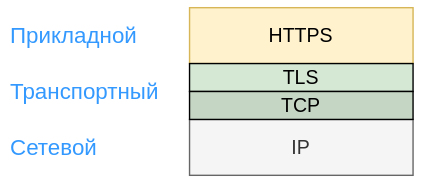
Earlier version of the draw.io export web/Http/img/TLS-HTTPS-TCP.drawio.svg (johnydotsville/a-notes). Source tidied: cells renumbered, new cells last; positions are measured from the earlier drawing's top-left corner, leaving out a move shared by most shapes. The source it was exported from:
```xml
<mxGraphModel>
  <root>
    <mxCell id="0" />
    <mxCell id="1" parent="0" />
    <mxCell id="2" value="HTTPS" style="rounded=0;whiteSpace=wrap;html=1;fontStyle=0;fontSize=14;fillColor=#fff2cc;strokeColor=#d6b656;" parent="1" vertex="1">
      <mxGeometry x="130" width="160" height="40" as="geometry" />
    </mxCell>
    <mxCell id="3" value="TLS" style="rounded=0;whiteSpace=wrap;html=1;fontStyle=0;fontSize=14;fillColor=#d5e8d4;strokeColor=#000000;" parent="1" vertex="1">
      <mxGeometry x="130" y="40" width="160" height="20" as="geometry" />
    </mxCell>
    <mxCell id="4" value="IP" style="rounded=0;whiteSpace=wrap;html=1;fontStyle=0;fontSize=14;fillColor=#f5f5f5;fontColor=#333333;strokeColor=#666666;" parent="1" vertex="1">
      <mxGeometry x="130" y="80" width="160" height="40" as="geometry" />
    </mxCell>
    <mxCell id="5" value="Прикладной" style="text;html=1;strokeColor=none;fillColor=none;align=left;verticalAlign=middle;whiteSpace=wrap;rounded=0;fontSize=16;fontColor=#3399FF;" parent="1" vertex="1">
      <mxGeometry y="5" width="130" height="30" as="geometry" />
    </mxCell>
    <mxCell id="6" value="Транспортный" style="text;html=1;strokeColor=none;fillColor=none;align=left;verticalAlign=middle;whiteSpace=wrap;rounded=0;fontSize=16;fontColor=#3399FF;" parent="1" vertex="1">
      <mxGeometry y="45" width="130" height="30" as="geometry" />
    </mxCell>
    <mxCell id="7" value="Сетевой" style="text;html=1;strokeColor=none;fillColor=none;align=left;verticalAlign=middle;whiteSpace=wrap;rounded=0;fontSize=16;fontColor=#3399FF;" parent="1" vertex="1">
      <mxGeometry y="85" width="130" height="30" as="geometry" />
    </mxCell>
    <mxCell id="8" value="TCP" style="rounded=0;whiteSpace=wrap;html=1;fontStyle=0;fontSize=14;fillColor=#C5D6C4;strokeColor=#000000;" parent="1" vertex="1">
      <mxGeometry x="130" y="60" width="160" height="20" as="geometry" />
    </mxCell>
  </root>
</mxGraphModel>
```
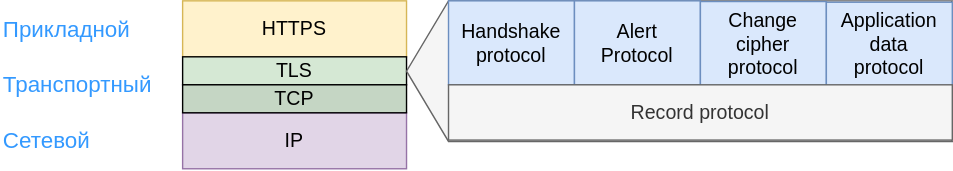
Later version of the same file.

Change to the diagram source:
```diff
@@ -8,7 +8,7 @@
     <mxCell id="3" value="TLS" style="rounded=0;whiteSpace=wrap;html=1;fontStyle=0;fontSize=14;fillColor=#d5e8d4;strokeColor=#000000;" parent="1" vertex="1">
       <mxGeometry x="130" y="40" width="160" height="20" as="geometry" />
     </mxCell>
-    <mxCell id="4" value="IP" style="rounded=0;whiteSpace=wrap;html=1;fontStyle=0;fontSize=14;fillColor=#f5f5f5;fontColor=#333333;strokeColor=#666666;" parent="1" vertex="1">
+    <mxCell id="4" value="IP" style="rounded=0;whiteSpace=wrap;html=1;fontStyle=0;fontSize=14;fillColor=#e1d5e7;strokeColor=#9673a6;" parent="1" vertex="1">
       <mxGeometry x="130" y="80" width="160" height="40" as="geometry" />
     </mxCell>
     <mxCell id="5" value="Прикладной" style="text;html=1;strokeColor=none;fillColor=none;align=left;verticalAlign=middle;whiteSpace=wrap;rounded=0;fontSize=16;fontColor=#3399FF;" parent="1" vertex="1">
@@ -23,5 +23,23 @@
     <mxCell id="8" value="TCP" style="rounded=0;whiteSpace=wrap;html=1;fontStyle=0;fontSize=14;fillColor=#C5D6C4;strokeColor=#000000;" parent="1" vertex="1">
       <mxGeometry x="130" y="60" width="160" height="20" as="geometry" />
     </mxCell>
+    <mxCell id="9" style="shape=step;perimeter=stepPerimeter;whiteSpace=wrap;html=1;fixedSize=1;rotation=-180;size=30;fillColor=#f5f5f5;fontColor=#333333;strokeColor=#666666;" parent="1" vertex="1">
+      <mxGeometry x="290" width="390" height="100.5" as="geometry" />
+    </mxCell>
+    <mxCell id="10" value="Handshake&lt;br style=&quot;font-size: 14px;&quot;&gt;protocol" style="rounded=0;whiteSpace=wrap;html=1;fontSize=14;fillColor=#dae8fc;strokeColor=#6c8ebf;" parent="1" vertex="1">
+      <mxGeometry x="320" width="90" height="60" as="geometry" />
+    </mxCell>
+    <mxCell id="11" value="Alert&lt;br&gt;Protocol" style="rounded=0;whiteSpace=wrap;html=1;fontSize=14;fillColor=#dae8fc;strokeColor=#6c8ebf;" parent="1" vertex="1">
+      <mxGeometry x="410" width="90" height="60" as="geometry" />
+    </mxCell>
+    <mxCell id="12" value="Change&lt;br&gt;cipher&lt;br&gt;protocol" style="rounded=0;whiteSpace=wrap;html=1;fontSize=14;fillColor=#dae8fc;strokeColor=#6c8ebf;" parent="1" vertex="1">
+      <mxGeometry x="500" y="0.5" width="90" height="60" as="geometry" />
+    </mxCell>
+    <mxCell id="13" value="Application&lt;br&gt;data&lt;br&gt;protocol" style="rounded=0;whiteSpace=wrap;html=1;fontSize=14;fillColor=#dae8fc;strokeColor=#6c8ebf;" parent="1" vertex="1">
+      <mxGeometry x="590" y="1" width="90" height="60" as="geometry" />
+    </mxCell>
+    <mxCell id="14" value="Record protocol" style="rounded=0;whiteSpace=wrap;html=1;fontSize=14;fillColor=#f5f5f5;fontColor=#333333;strokeColor=#666666;" parent="1" vertex="1">
+      <mxGeometry x="320" y="60" width="360" height="39.5" as="geometry" />
+    </mxCell>
   </root>
 </mxGraphModel>
```
